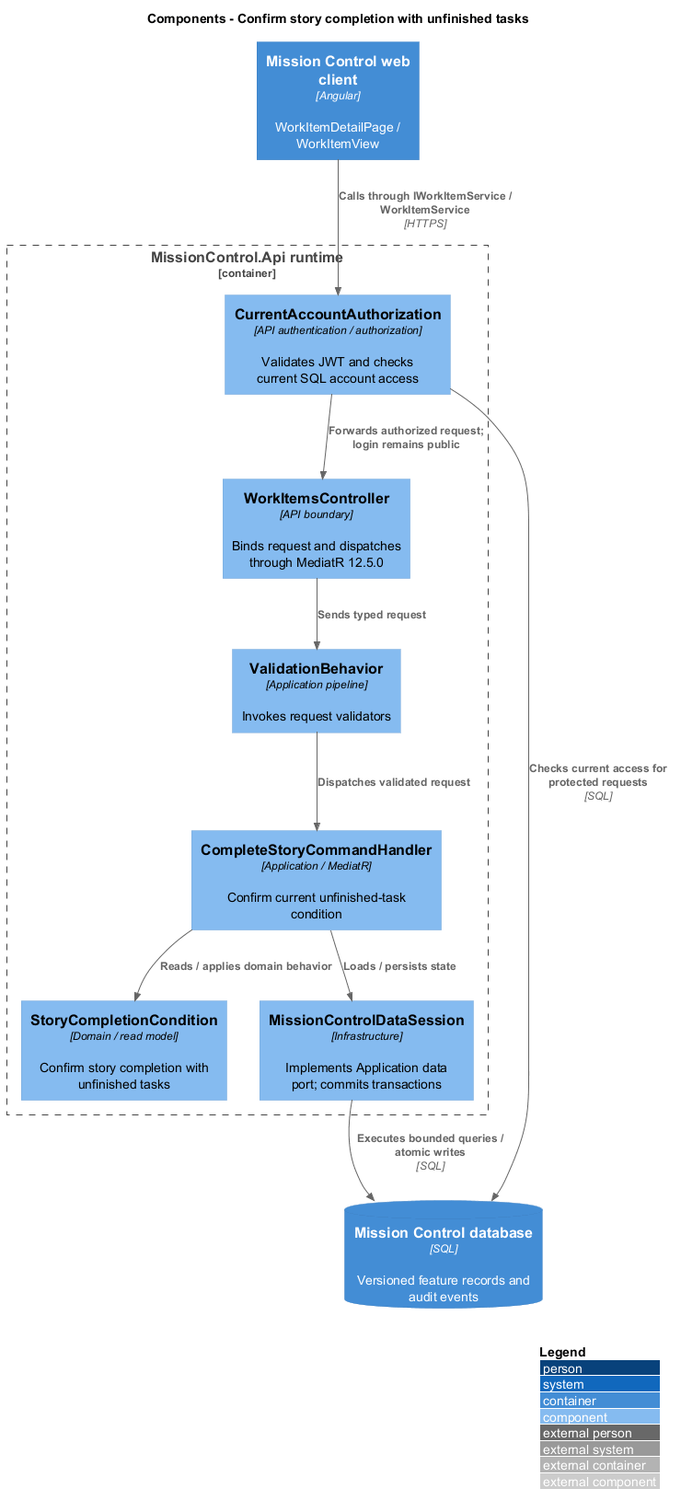
Before: docs/detailed-designs/kanban/confirm-story-completion/diagrams/c4-component.png, a diagram exported from PlantUML (QuinntyneBrown/mission-control).
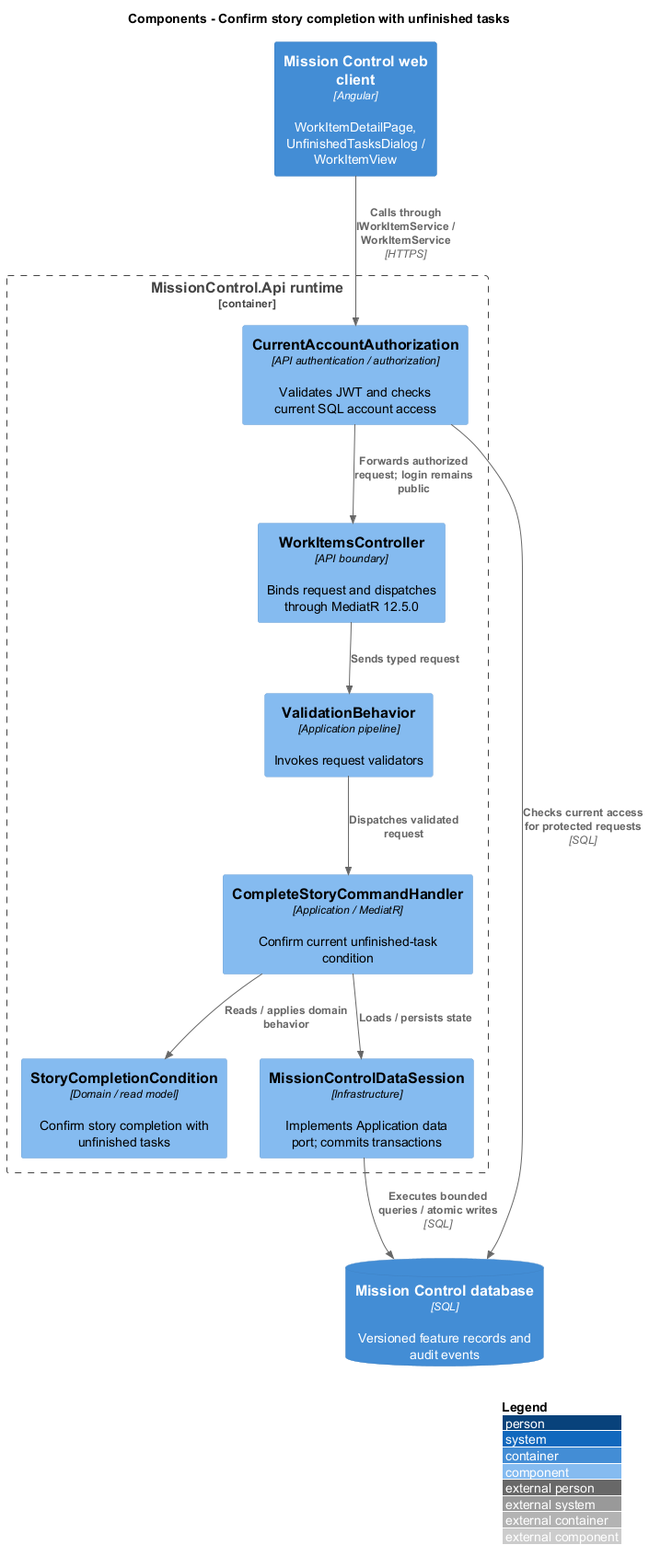
Later version of the same file.

What changed in the source:
```diff
@@ -2,7 +2,7 @@
 !include <C4/C4_Component>
 LAYOUT_WITH_LEGEND()
 title Components - Confirm story completion with unfinished tasks
-Container(web, "Mission Control web client", "Angular", "WorkItemDetailPage / WorkItemView")
+Container(web, "Mission Control web client", "Angular", "WorkItemDetailPage, UnfinishedTasksDialog / WorkItemView")
 ContainerDb(db, "Mission Control database", "SQL", "Versioned feature records and audit events")
 Container_Boundary(api, "MissionControl.Api runtime") {
   Component(ctrl, "WorkItemsController", "API boundary", "Binds request and dispatches through MediatR 12.5.0")
```
